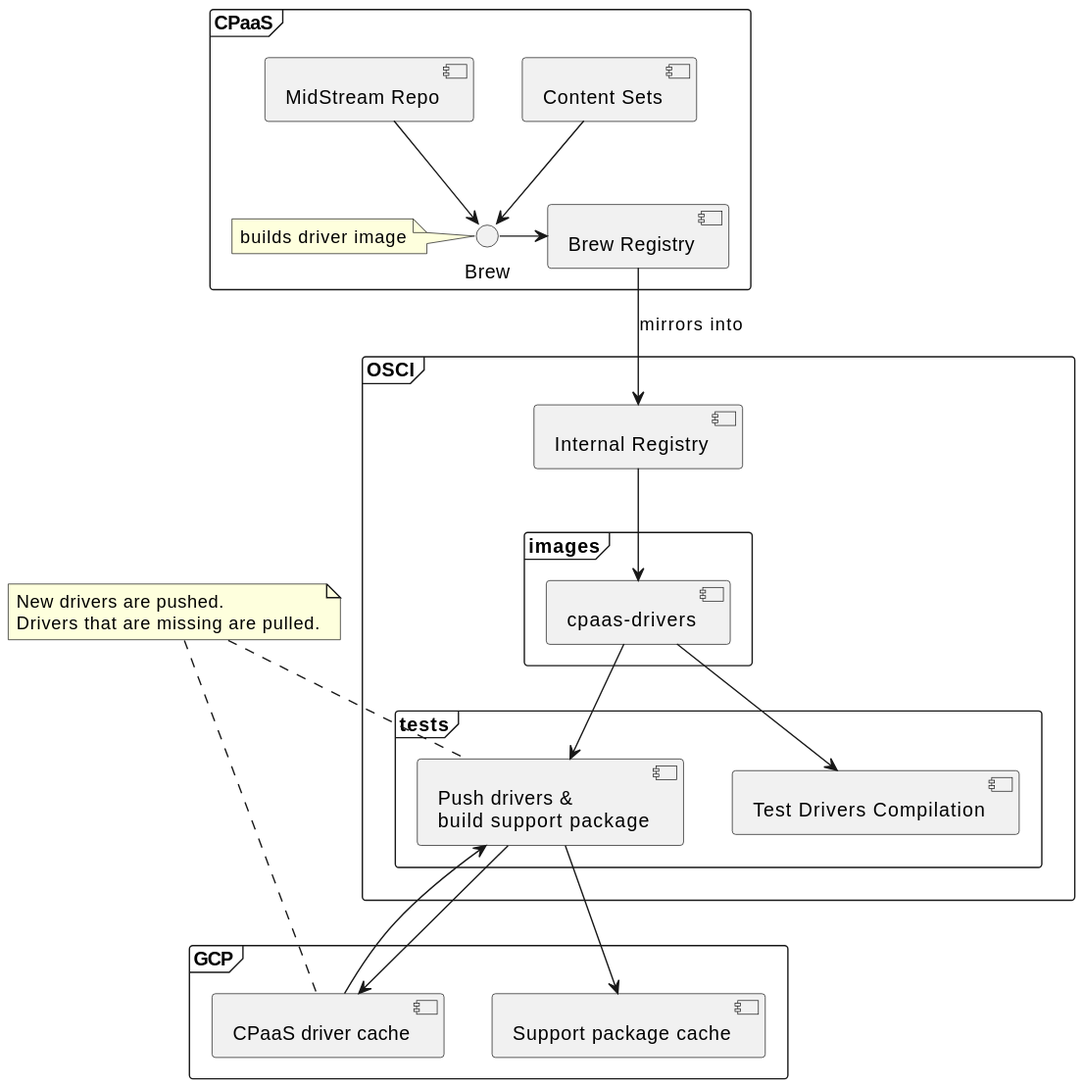
This is docs/imgs/cpaas-driver.svg from stackrox/collector, a PlantUML export, as it was before one commit. The source it was exported from:
```plantuml
@startuml

frame "GCP" {
    component [CPaaS driver cache] as dcache
    component [Support package cache] as supabucket
}

frame "CPaaS" {
    component [Brew Registry] as brewreg

    [Content Sets] --> Brew
    [MidStream Repo] --> Brew
    Brew -> brewreg

    note left of Brew: builds driver image
}

frame "OSCI" {
    component [Internal Registry] as oscireg

    frame images {
        component [cpaas-drivers] as cpaasdrivers
    }

    frame tests {
        component [Push drivers &\nbuild support package] as buildandsupa
        component [Test Drivers Compilation] as dtests
    }

    brewreg --> oscireg: mirrors into
    oscireg --> cpaasdrivers
    cpaasdrivers --> buildandsupa
    dcache --> buildandsupa
    buildandsupa --> dcache
    buildandsupa --> supabucket
    cpaasdrivers --> dtests
}

note as driverpushpull
    New drivers are pushed.
    Drivers that are missing are pulled.
end note

driverpushpull .. buildandsupa
driverpushpull .. dcache
@enduml
```
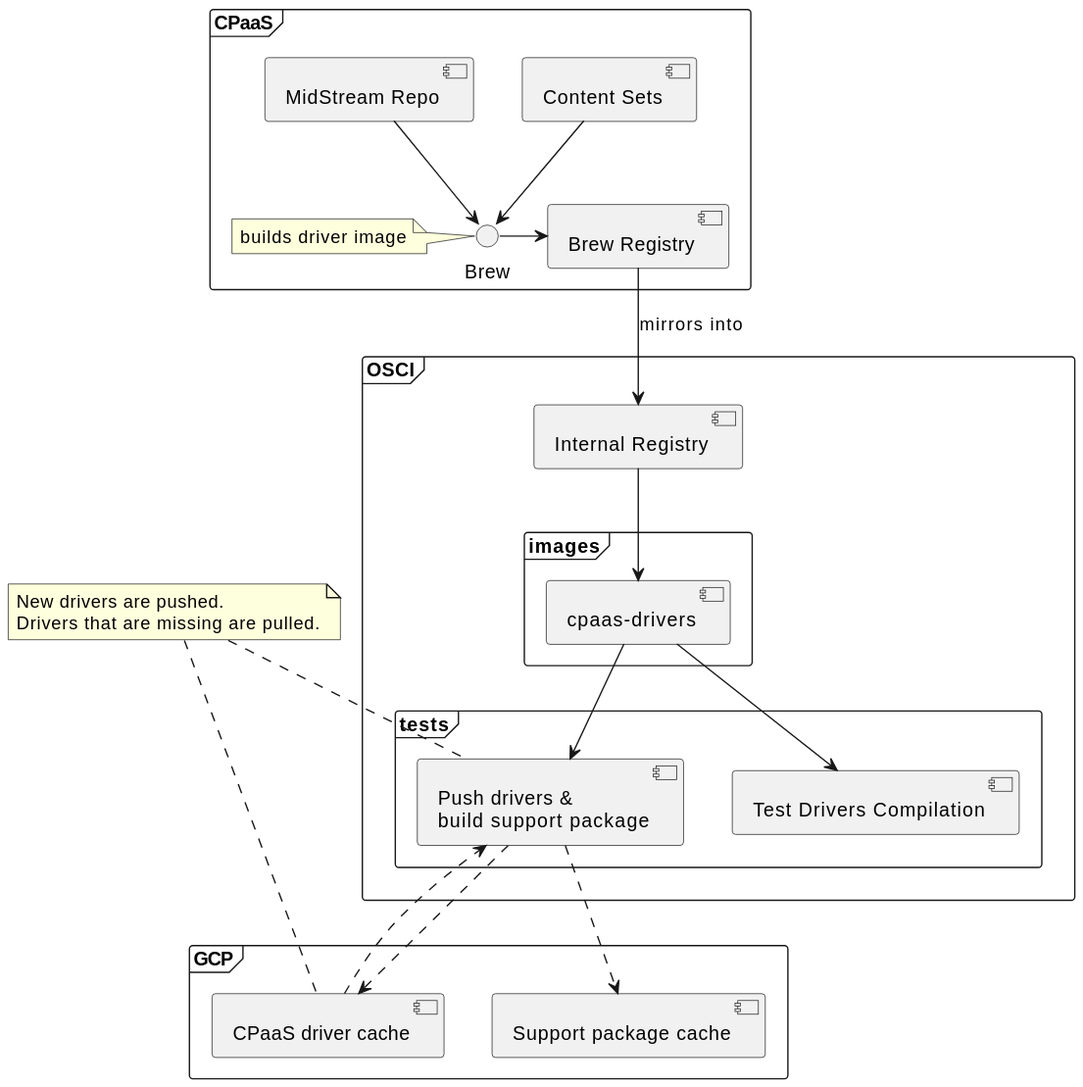
Above is the later version.

Change to the diagram source:
```diff
@@ -30,9 +30,9 @@
     brewreg --> oscireg: mirrors into
     oscireg --> cpaasdrivers
     cpaasdrivers --> buildandsupa
-    dcache --> buildandsupa
-    buildandsupa --> dcache
-    buildandsupa --> supabucket
+    dcache ..> buildandsupa
+    buildandsupa ..> dcache
+    buildandsupa ..> supabucket
     cpaasdrivers --> dtests
 }
 
```
